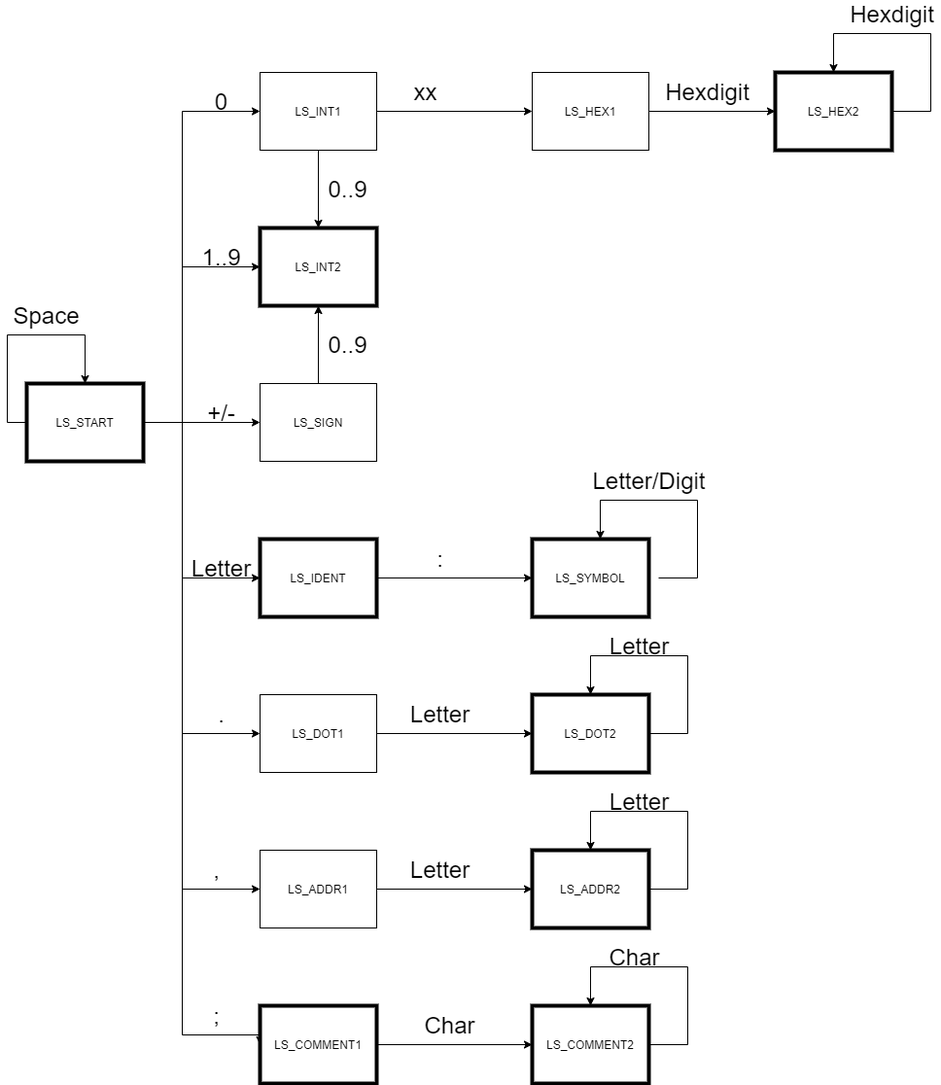
Above: docs/diagrams/Tokenizer.png in zackthomas1/Pep9Assembler (draw.io), before the change. Source tidied: cells renumbered, new cells last; positions are measured from the earlier drawing's top-left corner, leaving out a move shared by most shapes.
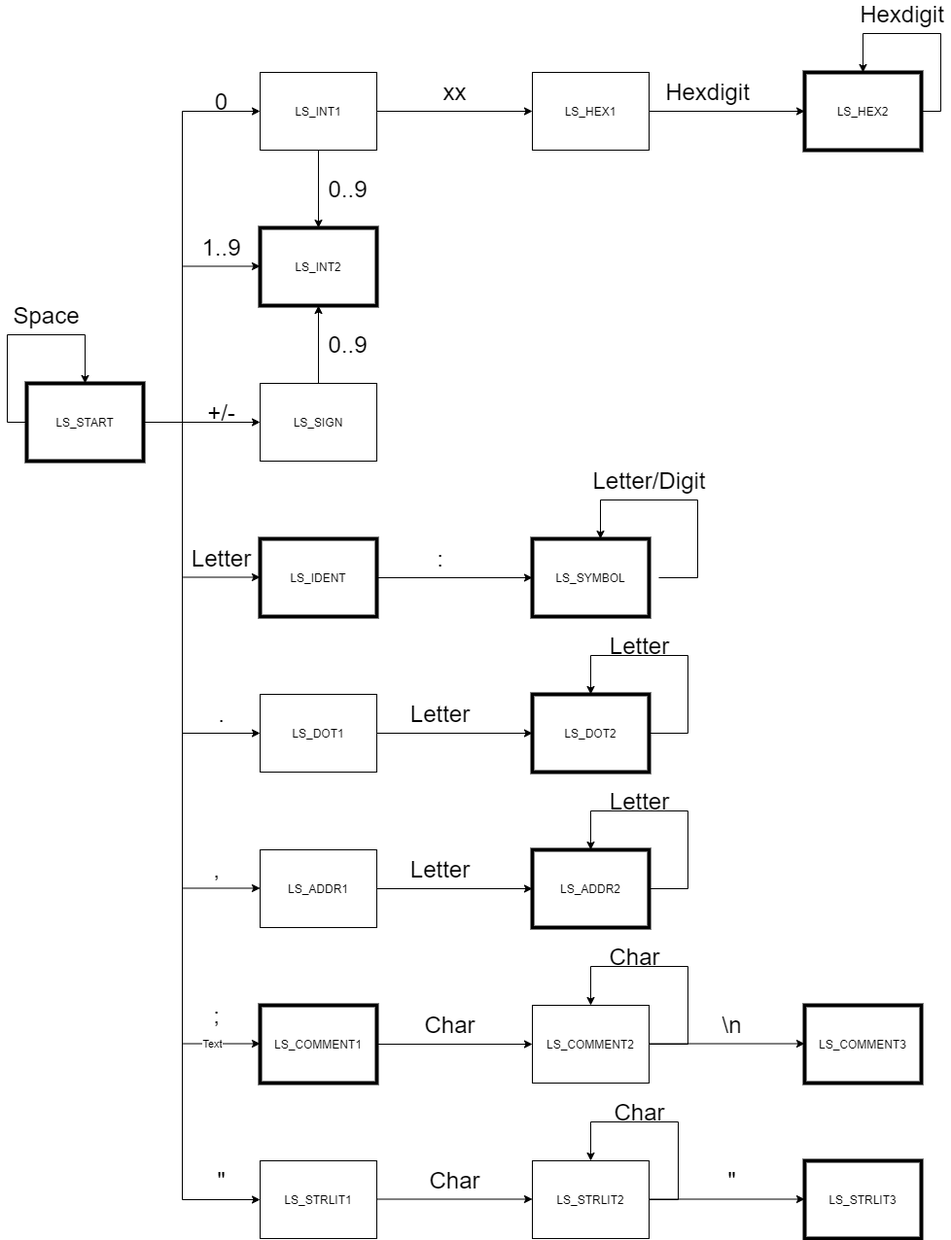
Above is the later version.

Change to the diagram source:
```diff
@@ -2,14 +2,6 @@
   <root>
     <mxCell id="0" />
     <mxCell id="1" parent="0" />
-    <mxCell id="2" style="edgeStyle=orthogonalEdgeStyle;rounded=0;jettySize=auto;html=1;entryX=0;entryY=0.5;entryDx=0;entryDy=0;" parent="1" edge="1" source="10" target="14">
-      <mxGeometry relative="1" as="geometry">
-        <Array as="points">
-          <mxPoint x="180" y="430" />
-          <mxPoint x="180" y="270" />
-        </Array>
-      </mxGeometry>
-    </mxCell>
     <mxCell id="3" style="edgeStyle=orthogonalEdgeStyle;rounded=0;jettySize=auto;html=1;entryX=0;entryY=0.5;entryDx=0;entryDy=0;" parent="1" edge="1" source="10" target="13">
       <mxGeometry relative="1" as="geometry">
         <Array as="points">
@@ -18,33 +10,6 @@
         </Array>
       </mxGeometry>
     </mxCell>
-    <mxCell id="4" style="edgeStyle=orthogonalEdgeStyle;rounded=0;jettySize=auto;html=1;" parent="1" edge="1" source="10" target="16">
-      <mxGeometry relative="1" as="geometry" />
-    </mxCell>
-    <mxCell id="5" style="edgeStyle=orthogonalEdgeStyle;rounded=0;jettySize=auto;html=1;entryX=0;entryY=0.5;entryDx=0;entryDy=0;" parent="1" edge="1" source="10" target="20">
-      <mxGeometry relative="1" as="geometry">
-        <Array as="points">
-          <mxPoint x="180" y="430" />
-          <mxPoint x="180" y="910" />
-        </Array>
-      </mxGeometry>
-    </mxCell>
-    <mxCell id="6" style="edgeStyle=orthogonalEdgeStyle;rounded=0;jettySize=auto;html=1;entryX=0;entryY=0.5;entryDx=0;entryDy=0;" parent="1" edge="1" source="10" target="22">
-      <mxGeometry relative="1" as="geometry">
-        <Array as="points">
-          <mxPoint x="180" y="430" />
-          <mxPoint x="180" y="750" />
-        </Array>
-      </mxGeometry>
-    </mxCell>
-    <mxCell id="7" style="edgeStyle=orthogonalEdgeStyle;rounded=0;jettySize=auto;html=1;entryX=0;entryY=0.5;entryDx=0;entryDy=0;" parent="1" edge="1" source="10" target="18">
-      <mxGeometry relative="1" as="geometry">
-        <Array as="points">
-          <mxPoint x="180" y="430" />
-          <mxPoint x="180" y="590" />
-        </Array>
-      </mxGeometry>
-    </mxCell>
     <mxCell id="8" style="edgeStyle=orthogonalEdgeStyle;rounded=0;orthogonalLoop=1;jettySize=auto;html=1;exitX=0;exitY=0.5;exitDx=0;exitDy=0;entryX=0.5;entryY=0;entryDx=0;entryDy=0;" parent="1" edge="1" source="10" target="10">
       <mxGeometry relative="1" as="geometry">
         <Array as="points">
@@ -54,11 +19,11 @@
         </Array>
       </mxGeometry>
     </mxCell>
-    <mxCell id="9" style="edgeStyle=orthogonalEdgeStyle;rounded=0;jettySize=auto;html=1;entryX=0;entryY=0.5;entryDx=0;entryDy=0;" parent="1" edge="1" source="10" target="51">
+    <mxCell id="9" style="edgeStyle=orthogonalEdgeStyle;rounded=0;jettySize=auto;html=1;entryX=0;entryY=0.5;entryDx=0;entryDy=0;" parent="1" edge="1" source="10" target="58">
       <mxGeometry relative="1" as="geometry">
         <Array as="points">
           <mxPoint x="180" y="430" />
-          <mxPoint x="180" y="1060" />
+          <mxPoint x="180" y="1230" />
         </Array>
       </mxGeometry>
     </mxCell>
@@ -108,7 +73,7 @@
       <mxGeometry x="540" y="70" width="120" height="80" as="geometry" />
     </mxCell>
     <mxCell id="25" value="LS_HEX2" style="rounded=0;whiteSpace=wrap;html=1;strokeWidth=4;" parent="1" vertex="1">
-      <mxGeometry x="790" y="70" width="120" height="80" as="geometry" />
+      <mxGeometry x="820" y="70" width="120" height="80" as="geometry" />
     </mxCell>
     <mxCell id="26" value="LS_SYMBOL" style="rounded=0;whiteSpace=wrap;html=1;strokeWidth=4;" parent="1" vertex="1">
       <mxGeometry x="540" y="550" width="120" height="80" as="geometry" />
@@ -140,14 +105,12 @@
         </Array>
       </mxGeometry>
     </mxCell>
-    <mxCell id="31" style="edgeStyle=orthogonalEdgeStyle;rounded=0;orthogonalLoop=1;jettySize=auto;html=1;exitX=1;exitY=0.5;exitDx=0;exitDy=0;" parent="1" edge="1">
+    <mxCell id="31" style="edgeStyle=orthogonalEdgeStyle;rounded=0;orthogonalLoop=1;jettySize=auto;html=1;entryX=0.5;entryY=0;entryDx=0;entryDy=0;exitX=1;exitY=0.5;exitDx=0;exitDy=0;" parent="1" edge="1" source="25" target="25">
       <mxGeometry relative="1" as="geometry">
-        <mxPoint x="910" y="110" as="sourcePoint" />
-        <mxPoint x="850" y="70" as="targetPoint" />
         <Array as="points">
-          <mxPoint x="950" y="110" />
-          <mxPoint x="950" y="30" />
-          <mxPoint x="850" y="30" />
+          <mxPoint x="960" y="110" />
+          <mxPoint x="960" y="30" />
+          <mxPoint x="880" y="30" />
         </Array>
       </mxGeometry>
     </mxCell>
@@ -164,7 +127,7 @@
       <mxGeometry x="610" y="650" width="80" height="20" as="geometry" />
     </mxCell>
     <mxCell id="36" value="&lt;font style=&quot;font-size: 24px&quot;&gt;Letter&lt;/font&gt;" style="text;html=1;align=center;verticalAlign=middle;fillColor=none;strokeColor=none;rounded=0;" parent="1" vertex="1">
-      <mxGeometry x="180" y="570" width="80" height="20" as="geometry" />
+      <mxGeometry x="180" y="560" width="80" height="20" as="geometry" />
     </mxCell>
     <mxCell id="37" value="&lt;font style=&quot;font-size: 24px&quot;&gt;:&lt;/font&gt;" style="text;html=1;align=center;verticalAlign=middle;fillColor=none;strokeColor=none;rounded=0;" parent="1" vertex="1">
       <mxGeometry x="435" y="560" width="20" height="20" as="geometry" />
@@ -176,19 +139,19 @@
       <mxGeometry x="205" y="880" width="20" height="20" as="geometry" />
     </mxCell>
     <mxCell id="40" value="&lt;font style=&quot;font-size: 24px&quot;&gt;Hexdigit&lt;/font&gt;" style="text;html=1;align=center;verticalAlign=middle;fillColor=none;strokeColor=none;rounded=0;" parent="1" vertex="1">
-      <mxGeometry x="860" width="100" height="20" as="geometry" />
+      <mxGeometry x="870" width="100" height="20" as="geometry" />
     </mxCell>
     <mxCell id="41" value="&lt;font style=&quot;font-size: 24px&quot;&gt;0&lt;/font&gt;" style="text;html=1;align=center;verticalAlign=middle;fillColor=none;strokeColor=none;rounded=0;" parent="1" vertex="1">
       <mxGeometry x="205" y="90" width="30" height="20" as="geometry" />
     </mxCell>
     <mxCell id="42" value="&lt;font style=&quot;font-size: 24px&quot;&gt;1..9&lt;/font&gt;" style="text;html=1;align=center;verticalAlign=middle;fillColor=none;strokeColor=none;rounded=0;" parent="1" vertex="1">
-      <mxGeometry x="190" y="250" width="60" height="20" as="geometry" />
+      <mxGeometry x="190" y="240" width="60" height="20" as="geometry" />
     </mxCell>
     <mxCell id="43" value="&lt;font style=&quot;font-size: 24px&quot;&gt;+/-&lt;/font&gt;" style="text;html=1;align=center;verticalAlign=middle;fillColor=none;strokeColor=none;rounded=0;" parent="1" vertex="1">
       <mxGeometry x="200" y="410" width="40" height="20" as="geometry" />
     </mxCell>
     <mxCell id="44" value="&lt;font style=&quot;font-size: 24px&quot;&gt;xx&lt;/font&gt;" style="text;html=1;align=center;verticalAlign=middle;fillColor=none;strokeColor=none;rounded=0;" parent="1" vertex="1">
-      <mxGeometry x="410" y="80" width="40" height="20" as="geometry" />
+      <mxGeometry x="440" y="80" width="40" height="20" as="geometry" />
     </mxCell>
     <mxCell id="45" value="&lt;span style=&quot;font-size: 24px&quot;&gt;Hexdigit&lt;/span&gt;" style="text;html=1;align=center;verticalAlign=middle;fillColor=none;strokeColor=none;rounded=0;" parent="1" vertex="1">
       <mxGeometry x="670" y="80" width="100" height="20" as="geometry" />
@@ -229,7 +192,7 @@
         </Array>
       </mxGeometry>
     </mxCell>
-    <mxCell id="53" value="LS_COMMENT2" style="rounded=0;whiteSpace=wrap;html=1;strokeWidth=4;" parent="1" vertex="1">
+    <mxCell id="53" value="LS_COMMENT2" style="rounded=0;whiteSpace=wrap;html=1;strokeWidth=1;" parent="1" vertex="1">
       <mxGeometry x="540" y="1030" width="120" height="80" as="geometry" />
     </mxCell>
     <mxCell id="54" value="&lt;font style=&quot;font-size: 24px&quot;&gt;Space&lt;/font&gt;" style="text;html=1;align=center;verticalAlign=middle;fillColor=none;strokeColor=none;rounded=0;" parent="1" vertex="1">
@@ -244,5 +207,101 @@
     <mxCell id="57" value="&lt;span style=&quot;font-size: 24px&quot;&gt;Char&lt;/span&gt;" style="text;html=1;align=center;verticalAlign=middle;fillColor=none;strokeColor=none;rounded=0;" parent="1" vertex="1">
       <mxGeometry x="610" y="970" width="70" height="20" as="geometry" />
     </mxCell>
+    <mxCell id="58" value="LS_STRLIT1" style="rounded=0;whiteSpace=wrap;html=1;" parent="1" vertex="1">
+      <mxGeometry x="260" y="1190" width="120" height="80" as="geometry" />
+    </mxCell>
+    <mxCell id="59" style="endArrow=classic;html=1;entryX=0;entryY=0.5;entryDx=0;entryDy=0;" parent="1" edge="1" target="22">
+      <mxGeometry relative="1" as="geometry">
+        <mxPoint x="180" y="750" as="sourcePoint" />
+      </mxGeometry>
+    </mxCell>
+    <mxCell id="60" style="endArrow=classic;html=1;entryX=0;entryY=0.5;entryDx=0;entryDy=0;" parent="1" edge="1">
+      <mxGeometry relative="1" as="geometry">
+        <mxPoint x="180" y="909.5" as="sourcePoint" />
+        <mxPoint x="260" y="909.5" as="targetPoint" />
+      </mxGeometry>
+    </mxCell>
+    <mxCell id="61" style="endArrow=classic;html=1;entryX=0;entryY=0.5;entryDx=0;entryDy=0;" parent="1" edge="1">
+      <mxGeometry relative="1" as="geometry">
+        <mxPoint x="180" y="589.5" as="sourcePoint" />
+        <mxPoint x="260" y="589.5" as="targetPoint" />
+      </mxGeometry>
+    </mxCell>
+    <mxCell id="62" style="endArrow=classic;html=1;entryX=0;entryY=0.5;entryDx=0;entryDy=0;" parent="1" edge="1">
+      <mxGeometry relative="1" as="geometry">
+        <mxPoint x="180" y="269.5" as="sourcePoint" />
+        <mxPoint x="260" y="269.5" as="targetPoint" />
+      </mxGeometry>
+    </mxCell>
+    <mxCell id="63" style="endArrow=classic;html=1;entryX=0;entryY=0.5;entryDx=0;entryDy=0;" parent="1" edge="1">
+      <mxGeometry relative="1" as="geometry">
+        <mxPoint x="180" y="430" as="sourcePoint" />
+        <mxPoint x="260" y="430" as="targetPoint" />
+      </mxGeometry>
+    </mxCell>
+    <mxCell id="64" style="endArrow=classic;html=1;entryX=0;entryY=0.5;entryDx=0;entryDy=0;" parent="1" edge="1">
+      <mxGeometry relative="1" as="geometry">
+        <mxPoint x="180" y="1069.5" as="sourcePoint" />
+        <mxPoint x="260" y="1069.5" as="targetPoint" />
+      </mxGeometry>
+    </mxCell>
+    <mxCell id="65" value="Text" style="edgeLabel;html=1;align=center;verticalAlign=middle;" parent="64" vertex="1">
+      <mxGeometry x="-0.25" y="1" relative="1" as="geometry">
+        <mxPoint y="1" as="offset" />
+      </mxGeometry>
+    </mxCell>
+    <mxCell id="66" value="LS_STRLIT2" style="rounded=0;whiteSpace=wrap;html=1;" parent="1" vertex="1">
+      <mxGeometry x="540" y="1190" width="120" height="80" as="geometry" />
+    </mxCell>
+    <mxCell id="67" value="LS_STRLIT3" style="rounded=0;whiteSpace=wrap;html=1;strokeWidth=4;" parent="1" vertex="1">
+      <mxGeometry x="820" y="1190" width="120" height="80" as="geometry" />
+    </mxCell>
+    <mxCell id="68" style="edgeStyle=orthogonalEdgeStyle;rounded=0;orthogonalLoop=1;jettySize=auto;html=1;exitX=1;exitY=0.5;exitDx=0;exitDy=0;" parent="1" edge="1">
+      <mxGeometry relative="1" as="geometry">
+        <mxPoint x="380" y="1229.5" as="sourcePoint" />
+        <mxPoint x="540" y="1229.5" as="targetPoint" />
+      </mxGeometry>
+    </mxCell>
+    <mxCell id="69" style="edgeStyle=orthogonalEdgeStyle;rounded=0;orthogonalLoop=1;jettySize=auto;html=1;exitX=1;exitY=0.5;exitDx=0;exitDy=0;" parent="1" edge="1">
+      <mxGeometry relative="1" as="geometry">
+        <mxPoint x="660" y="1229.5" as="sourcePoint" />
+        <mxPoint x="820" y="1229.5" as="targetPoint" />
+      </mxGeometry>
+    </mxCell>
+    <mxCell id="70" style="edgeStyle=orthogonalEdgeStyle;rounded=0;orthogonalLoop=1;jettySize=auto;html=1;exitX=1;exitY=0.5;exitDx=0;exitDy=0;" parent="1" edge="1">
+      <mxGeometry relative="1" as="geometry">
+        <mxPoint x="660" y="1230" as="sourcePoint" />
+        <mxPoint x="600" y="1190" as="targetPoint" />
+        <Array as="points">
+          <mxPoint x="690" y="1230" />
+          <mxPoint x="690" y="1150" />
+          <mxPoint x="600" y="1150" />
+        </Array>
+      </mxGeometry>
+    </mxCell>
+    <mxCell id="71" value="&lt;span style=&quot;font-size: 24px&quot;&gt;Char&lt;/span&gt;" style="text;html=1;align=center;verticalAlign=middle;fillColor=none;strokeColor=none;rounded=0;" parent="1" vertex="1">
+      <mxGeometry x="615" y="1130" width="70" height="20" as="geometry" />
+    </mxCell>
+    <mxCell id="72" style="edgeStyle=orthogonalEdgeStyle;rounded=0;orthogonalLoop=1;jettySize=auto;html=1;exitX=1;exitY=0.5;exitDx=0;exitDy=0;" parent="1" edge="1">
+      <mxGeometry relative="1" as="geometry">
+        <mxPoint x="660" y="1069.5" as="sourcePoint" />
+        <mxPoint x="820" y="1069.5" as="targetPoint" />
+      </mxGeometry>
+    </mxCell>
+    <mxCell id="73" value="LS_COMMENT3" style="rounded=0;whiteSpace=wrap;html=1;strokeWidth=4;" parent="1" vertex="1">
+      <mxGeometry x="820" y="1030" width="120" height="80" as="geometry" />
+    </mxCell>
+    <mxCell id="74" value="&lt;span style=&quot;font-size: 24px&quot;&gt;&quot;&lt;/span&gt;" style="text;html=1;align=center;verticalAlign=middle;fillColor=none;strokeColor=none;rounded=0;" parent="1" vertex="1">
+      <mxGeometry x="210" y="1200" width="20" height="20" as="geometry" />
+    </mxCell>
+    <mxCell id="75" value="&lt;span style=&quot;font-size: 24px&quot;&gt;Char&lt;/span&gt;" style="text;html=1;align=center;verticalAlign=middle;fillColor=none;strokeColor=none;rounded=0;" parent="1" vertex="1">
+      <mxGeometry x="425" y="1200" width="70" height="20" as="geometry" />
+    </mxCell>
+    <mxCell id="76" value="&lt;span style=&quot;font-size: 24px&quot;&gt;&quot;&lt;/span&gt;" style="text;html=1;align=center;verticalAlign=middle;fillColor=none;strokeColor=none;rounded=0;" parent="1" vertex="1">
+      <mxGeometry x="735" y="1200" width="20" height="20" as="geometry" />
+    </mxCell>
+    <mxCell id="77" value="&lt;span style=&quot;font-size: 24px&quot;&gt;\n&lt;/span&gt;" style="text;html=1;align=center;verticalAlign=middle;fillColor=none;strokeColor=none;rounded=0;" parent="1" vertex="1">
+      <mxGeometry x="725" y="1040" width="40" height="20" as="geometry" />
+    </mxCell>
   </root>
 </mxGraphModel>
```
